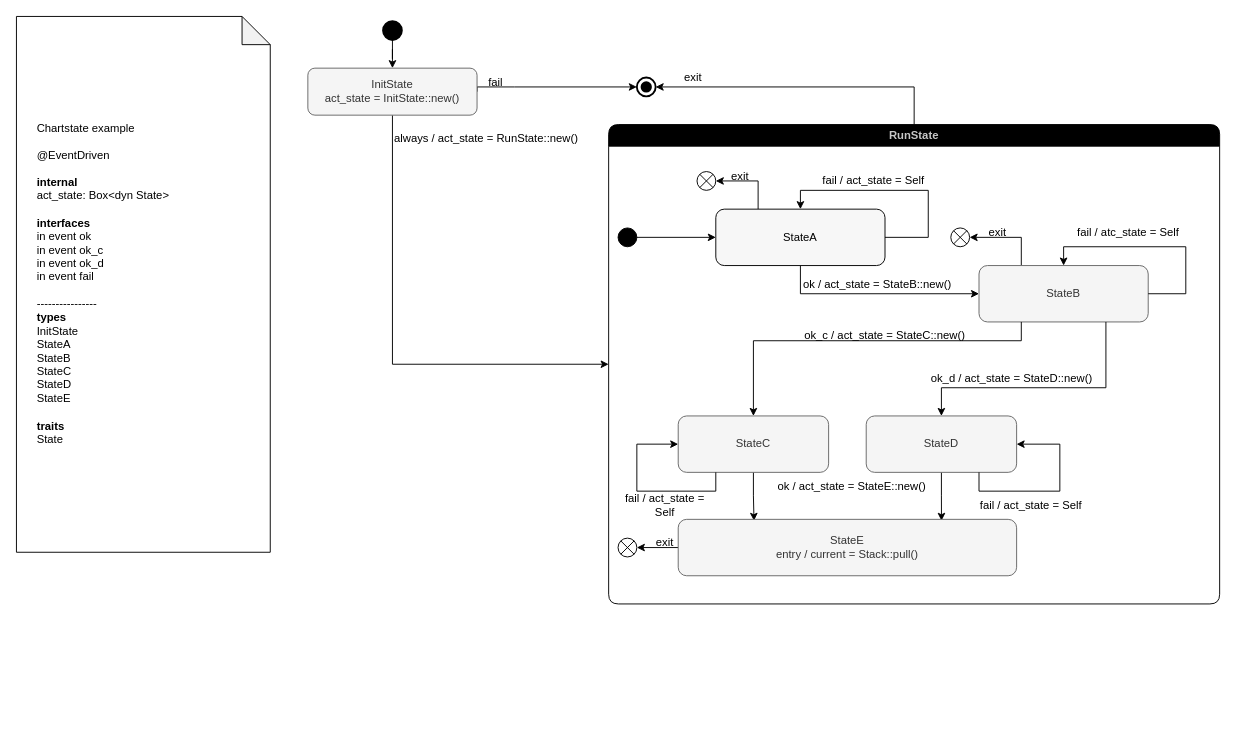
Mazurovskyi/diagrams keeps this draw.io diagram as Untitled Diagram.drawio. Above is the earlier version. Source tidied: cells renumbered, new cells numbered last; positions are measured from the earlier drawing's top-left corner, leaving out a move shared by most shapes. Both pictures are drawn from the tidied source at 94%, with x=0, y=0 at pixel (16, 16).
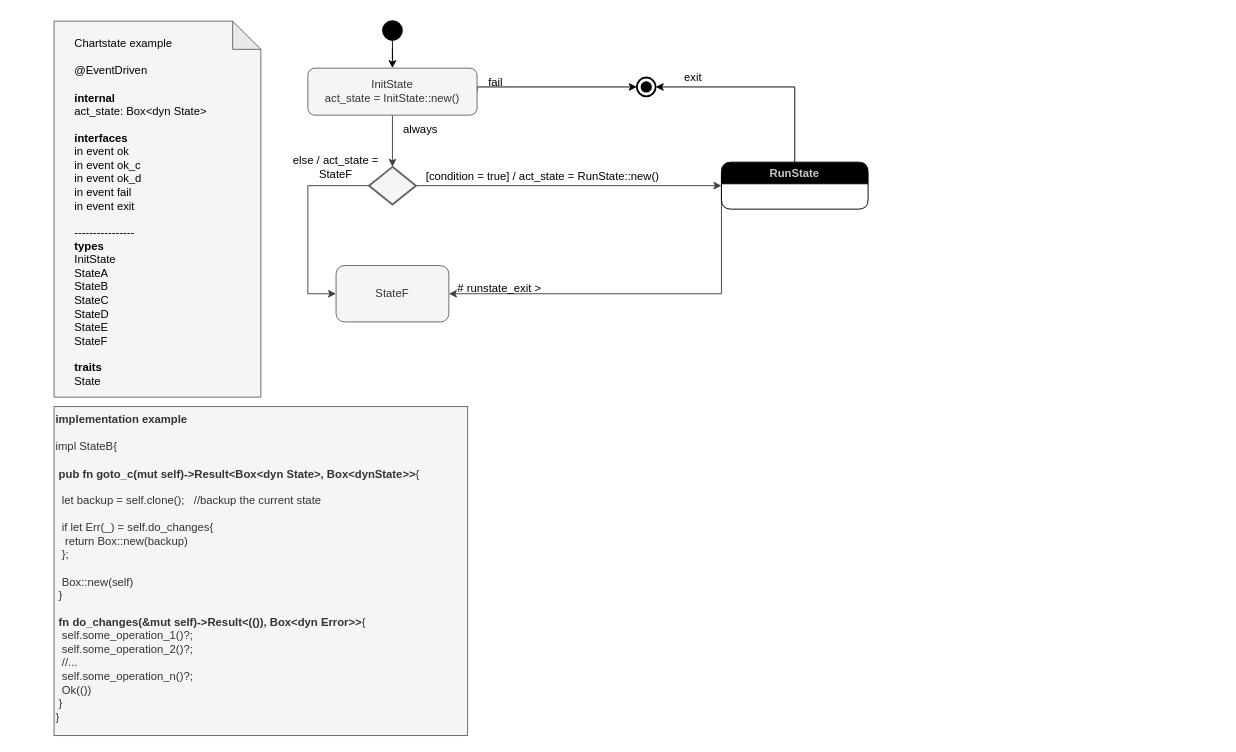
Above is the later version.

The change refers to these unchanged cells:
```xml
<mxCell id="4" value="&lt;div&gt;InitState&lt;/div&gt;&lt;div&gt;act_state = InitState::new()&lt;br&gt;&lt;/div&gt;" style="rounded=1;whiteSpace=wrap;html=1;fontSize=12;glass=0;strokeWidth=1;shadow=0;fillColor=#f5f5f5;fontColor=#333333;strokeColor=#666666;" parent="1" vertex="1">
  <mxGeometry x="310" y="55" width="180" height="50" as="geometry" />
</mxCell>
```

The edit, as a diff of the source:
```diff
@@
-    <mxCell id="3" style="edgeStyle=orthogonalEdgeStyle;rounded=0;jettySize=auto;html=1;exitX=0.5;exitY=1;exitDx=0;exitDy=0;entryX=0;entryY=0.5;entryDx=0;entryDy=0;strokeColor=default;fontColor=#000000;" parent="1" edge="1" source="4" target="8">
-      <mxGeometry relative="1" as="geometry" />
-    </mxCell>
+    <mxCell id="49" style="edgeStyle=orthogonalEdgeStyle;rounded=0;jettySize=auto;html=1;exitX=0.5;exitY=1;exitDx=0;exitDy=0;entryX=0.5;entryY=0;entryDx=0;entryDy=0;entryPerimeter=0;strokeColor=#404040;fontColor=#000000;startArrow=none;startFill=0;endArrow=classic;endFill=1;" parent="1" edge="1" source="4" target="54">
+      <mxGeometry relative="1" as="geometry" />
+    </mxCell>
@@
+    <mxCell id="50" style="edgeStyle=orthogonalEdgeStyle;rounded=0;jettySize=auto;html=1;exitX=0;exitY=0.25;exitDx=0;exitDy=0;entryX=1;entryY=0.5;entryDx=0;entryDy=0;strokeColor=#404040;fontColor=#000000;startArrow=none;startFill=0;endArrow=classic;endFill=1;" parent="1" edge="1" source="8" target="57">
+      <mxGeometry relative="1" as="geometry">
+        <Array as="points">
+          <mxPoint x="750" y="295" />
+        </Array>
+      </mxGeometry>
+    </mxCell>
-    <mxCell id="8" value="&lt;font color=&quot;#C7C7C7&quot;&gt;RunState&lt;/font&gt;" style="swimlane;whiteSpace=wrap;html=1;fillColor=#000000;rounded=1;" parent="1" vertex="1">
-      <mxGeometry x="630" y="115" width="650" height="510" as="geometry" />
+    <mxCell id="8" value="&lt;font color=&quot;#C7C7C7&quot;&gt;RunState&lt;/font&gt;" style="swimlane;whiteSpace=wrap;html=1;fillColor=#000000;rounded=1;" parent="1" vertex="1" collapsed="1">
+      <mxGeometry x="750" y="155" width="156" height="50" as="geometry" />
     </mxCell>
-    <mxCell id="9" style="edgeStyle=orthogonalEdgeStyle;rounded=0;jettySize=auto;html=1;exitX=0.5;exitY=1;exitDx=0;exitDy=0;entryX=0;entryY=0.5;entryDx=0;entryDy=0;strokeColor=default;fontColor=#000000;" parent="8" edge="1" source="11" target="23">
-      <mxGeometry relative="1" as="geometry" />
-    </mxCell>
-    <mxCell id="10" style="edgeStyle=orthogonalEdgeStyle;rounded=0;jettySize=auto;html=1;exitX=0.25;exitY=0;exitDx=0;exitDy=0;entryX=1;entryY=0.5;entryDx=0;entryDy=0;entryPerimeter=0;strokeColor=default;fontColor=#000000;" parent="8" edge="1" source="11" target="39">
-      <mxGeometry relative="1" as="geometry" />
-    </mxCell>
-    <mxCell id="11" value="&lt;div&gt;StateA&lt;/div&gt;" style="whiteSpace=wrap;html=1;fontColor=#000000;fillColor=#F7F7F7;rounded=1;" parent="8" vertex="1">
-      <mxGeometry x="114" y="90" width="180" height="60" as="geometry" />
-    </mxCell>
-    <mxCell id="12" style="edgeStyle=orthogonalEdgeStyle;rounded=0;jettySize=auto;html=1;entryX=0;entryY=0.5;entryDx=0;entryDy=0;strokeColor=default;fontColor=#000000;exitX=1;exitY=0.5;exitDx=0;exitDy=0;" parent="8" edge="1" source="13" target="11">
-      <mxGeometry relative="1" as="geometry" />
-    </mxCell>
-    <mxCell id="13" style="ellipse;whiteSpace=wrap;html=1;rounded=1;fontColor=#000000;fillColor=#000000;" parent="8" vertex="1">
-      <mxGeometry x="10" y="110" width="20" height="20" as="geometry" />
-    </mxCell>
-    <mxCell id="14" value="ok / act_state = StateB::new()" style="text;strokeColor=none;align=center;fillColor=none;html=1;verticalAlign=middle;whiteSpace=wrap;rounded=0;fontColor=#000000;" parent="8" vertex="1">
-      <mxGeometry x="187.9" y="150" width="196" height="40" as="geometry" />
-    </mxCell>
-    <mxCell id="15" style="edgeStyle=orthogonalEdgeStyle;rounded=0;orthogonalLoop=1;jettySize=auto;html=1;exitX=1;exitY=0.5;exitDx=0;exitDy=0;strokeColor=default;fontColor=#000000;entryX=0.5;entryY=0;entryDx=0;entryDy=0;" parent="8" edge="1" source="11" target="11">
-      <mxGeometry relative="1" as="geometry">
-        <Array as="points">
-          <mxPoint x="340" y="120" />
-          <mxPoint x="340" y="70" />
-          <mxPoint x="204" y="70" />
-        </Array>
-      </mxGeometry>
-    </mxCell>
-    <mxCell id="16" value="fail / act_state = Self" style="text;strokeColor=none;align=center;fillColor=none;html=1;verticalAlign=middle;whiteSpace=wrap;rounded=0;fontColor=#000000;" parent="8" vertex="1">
-      <mxGeometry x="224" y="45" width="116" height="30" as="geometry" />
-    </mxCell>
-    <mxCell id="17" style="edgeStyle=orthogonalEdgeStyle;rounded=0;jettySize=auto;html=1;entryX=0.778;entryY=0.026;entryDx=0;entryDy=0;strokeColor=default;fontColor=#000000;entryPerimeter=0;" parent="8" edge="1" source="18" target="30">
-      <mxGeometry relative="1" as="geometry" />
-    </mxCell>
-    <mxCell id="18" value="&lt;div&gt;StateD&lt;/div&gt;" style="whiteSpace=wrap;html=1;rounded=1;fontColor=#333333;fillColor=#f5f5f5;strokeColor=#666666;" parent="8" vertex="1">
-      <mxGeometry x="274" y="310" width="160" height="60" as="geometry" />
-    </mxCell>
-    <mxCell id="19" style="edgeStyle=orthogonalEdgeStyle;rounded=0;jettySize=auto;html=1;exitX=0.5;exitY=1;exitDx=0;exitDy=0;entryX=0.224;entryY=0.026;entryDx=0;entryDy=0;strokeColor=default;fontColor=#000000;entryPerimeter=0;" parent="8" edge="1" source="20" target="30">
-      <mxGeometry relative="1" as="geometry" />
-    </mxCell>
-    <mxCell id="20" value="&lt;div&gt;StateC&lt;/div&gt;" style="whiteSpace=wrap;html=1;rounded=1;fontColor=#333333;fillColor=#f5f5f5;strokeColor=#666666;" parent="8" vertex="1">
-      <mxGeometry x="74" y="310" width="160" height="60" as="geometry" />
-    </mxCell>
-    <mxCell id="21" value="ok_c / act_state = StateC::new()" style="text;strokeColor=none;align=center;fillColor=none;html=1;verticalAlign=middle;whiteSpace=wrap;rounded=0;fontColor=#000000;" parent="8" vertex="1">
-      <mxGeometry x="179" y="210" width="230" height="30" as="geometry" />
-    </mxCell>
-    <mxCell id="22" style="edgeStyle=orthogonalEdgeStyle;rounded=0;jettySize=auto;html=1;exitX=0.25;exitY=0;exitDx=0;exitDy=0;entryX=1;entryY=0.5;entryDx=0;entryDy=0;entryPerimeter=0;strokeColor=default;fontColor=#000000;" parent="8" edge="1" source="23" target="38">
-      <mxGeometry relative="1" as="geometry" />
-    </mxCell>
-    <mxCell id="23" value="&lt;div&gt;StateB&lt;/div&gt;" style="whiteSpace=wrap;html=1;rounded=1;fontColor=#333333;fillColor=#f5f5f5;strokeColor=#666666;" parent="8" vertex="1">
-      <mxGeometry x="394" y="150" width="180" height="60" as="geometry" />
-    </mxCell>
-    <mxCell id="24" style="edgeStyle=orthogonalEdgeStyle;rounded=0;jettySize=auto;html=1;exitX=0.75;exitY=1;exitDx=0;exitDy=0;strokeColor=default;fontColor=#000000;entryX=0.5;entryY=0;entryDx=0;entryDy=0;" parent="8" edge="1" source="23" target="18">
-      <mxGeometry relative="1" as="geometry">
-        <Array as="points">
-          <mxPoint x="529" y="280" />
-          <mxPoint x="354" y="280" />
-        </Array>
-      </mxGeometry>
-    </mxCell>
-    <mxCell id="25" style="edgeStyle=orthogonalEdgeStyle;rounded=0;jettySize=auto;html=1;exitX=0.25;exitY=1;exitDx=0;exitDy=0;entryX=0.5;entryY=0;entryDx=0;entryDy=0;strokeColor=default;fontColor=#000000;" parent="8" edge="1" source="23" target="20">
-      <mxGeometry relative="1" as="geometry">
-        <Array as="points">
-          <mxPoint x="439" y="230" />
-          <mxPoint x="154" y="230" />
-        </Array>
-      </mxGeometry>
-    </mxCell>
-    <mxCell id="26" value="ok_d / act_state = StateD::new()" style="text;strokeColor=none;align=center;fillColor=none;html=1;verticalAlign=middle;whiteSpace=wrap;rounded=0;fontColor=#000000;" parent="8" vertex="1">
-      <mxGeometry x="314" y="255" width="230" height="30" as="geometry" />
-    </mxCell>
-    <mxCell id="27" style="edgeStyle=none;orthogonalLoop=1;jettySize=auto;html=1;rounded=0;strokeColor=default;fontColor=#000000;entryX=0.5;entryY=0;entryDx=0;entryDy=0;exitX=1;exitY=0.5;exitDx=0;exitDy=0;" parent="8" edge="1" source="23" target="23">
-      <mxGeometry relative="1" as="geometry">
-        <Array as="points">
-          <mxPoint x="614" y="180" />
-          <mxPoint x="614" y="130" />
-          <mxPoint x="484" y="130" />
-        </Array>
-      </mxGeometry>
-    </mxCell>
-    <mxCell id="28" value="fail / atc_state = Self" style="text;strokeColor=none;align=center;fillColor=none;html=1;verticalAlign=middle;whiteSpace=wrap;rounded=0;fontColor=#000000;" parent="8" vertex="1">
-      <mxGeometry x="460" y="100" width="186" height="30" as="geometry" />
-    </mxCell>
-    <mxCell id="29" style="edgeStyle=orthogonalEdgeStyle;rounded=0;jettySize=auto;html=1;exitX=0;exitY=0.5;exitDx=0;exitDy=0;entryX=1;entryY=0.5;entryDx=0;entryDy=0;entryPerimeter=0;strokeColor=default;fontColor=#000000;" parent="8" edge="1" source="30" target="36">
-      <mxGeometry relative="1" as="geometry" />
-    </mxCell>
-    <mxCell id="30" value="&lt;div&gt;StateE&lt;/div&gt;&lt;div&gt;entry / current = Stack::pull()&lt;br&gt;&lt;/div&gt;" style="whiteSpace=wrap;html=1;rounded=1;fontColor=#333333;fillColor=#f5f5f5;strokeColor=#666666;" parent="8" vertex="1">
-      <mxGeometry x="74" y="420" width="360" height="60" as="geometry" />
-    </mxCell>
-    <mxCell id="31" value="ok / act_state = StateE::new()" style="text;strokeColor=none;align=center;fillColor=none;html=1;verticalAlign=middle;whiteSpace=wrap;rounded=0;fontColor=#000000;" parent="8" vertex="1">
-      <mxGeometry x="154" y="370" width="210" height="30" as="geometry" />
-    </mxCell>
-    <mxCell id="32" style="edgeStyle=orthogonalEdgeStyle;rounded=0;orthogonalLoop=1;jettySize=auto;html=1;exitX=0.75;exitY=1;exitDx=0;exitDy=0;entryX=1;entryY=0.5;entryDx=0;entryDy=0;strokeColor=default;fontColor=#000000;" parent="8" edge="1" source="18" target="18">
-      <mxGeometry relative="1" as="geometry">
-        <Array as="points">
-          <mxPoint x="394" y="390" />
-          <mxPoint x="480" y="390" />
-          <mxPoint x="480" y="340" />
-        </Array>
-      </mxGeometry>
-    </mxCell>
-    <mxCell id="33" value="fail / act_state = Self" style="text;strokeColor=none;align=center;fillColor=none;html=1;verticalAlign=middle;whiteSpace=wrap;rounded=0;fontColor=#000000;" parent="8" vertex="1">
-      <mxGeometry x="394" y="390" width="111" height="30" as="geometry" />
-    </mxCell>
-    <mxCell id="34" style="edgeStyle=orthogonalEdgeStyle;rounded=0;orthogonalLoop=1;jettySize=auto;html=1;exitX=0.25;exitY=1;exitDx=0;exitDy=0;entryX=0;entryY=0.5;entryDx=0;entryDy=0;strokeColor=default;fontColor=#000000;" parent="8" edge="1" source="20" target="20">
-      <mxGeometry relative="1" as="geometry">
-        <Array as="points">
-          <mxPoint x="114" y="390" />
-          <mxPoint x="30" y="390" />
-          <mxPoint x="30" y="340" />
-        </Array>
-      </mxGeometry>
-    </mxCell>
-    <mxCell id="35" value="fail / act_state = Self" style="text;strokeColor=none;align=center;fillColor=none;html=1;verticalAlign=middle;whiteSpace=wrap;rounded=0;fontColor=#000000;" parent="8" vertex="1">
-      <mxGeometry x="5" y="390" width="110" height="30" as="geometry" />
-    </mxCell>
-    <mxCell id="36" style="verticalLabelPosition=bottom;verticalAlign=top;html=1;shape=mxgraph.flowchart.or;rounded=1;fontColor=#000000;fillColor=none;" parent="8" vertex="1">
-      <mxGeometry x="10" y="440" width="20" height="20" as="geometry" />
-    </mxCell>
-    <mxCell id="37" value="exit" style="text;strokeColor=none;align=center;fillColor=none;html=1;verticalAlign=middle;whiteSpace=wrap;rounded=0;fontColor=#000000;" parent="8" vertex="1">
-      <mxGeometry x="30" y="430" width="60" height="30" as="geometry" />
-    </mxCell>
-    <mxCell id="38" style="verticalLabelPosition=bottom;verticalAlign=top;html=1;shape=mxgraph.flowchart.or;rounded=1;fontColor=#000000;fillColor=none;" parent="8" vertex="1">
-      <mxGeometry x="364" y="110" width="20" height="20" as="geometry" />
-    </mxCell>
-    <mxCell id="39" style="verticalLabelPosition=bottom;verticalAlign=top;html=1;shape=mxgraph.flowchart.or;rounded=1;fontColor=#000000;fillColor=none;" parent="8" vertex="1">
-      <mxGeometry x="94" y="50" width="20" height="20" as="geometry" />
-    </mxCell>
-    <mxCell id="40" value="exit" style="text;strokeColor=none;align=center;fillColor=none;html=1;verticalAlign=middle;whiteSpace=wrap;rounded=0;fontColor=#000000;" parent="8" vertex="1">
-      <mxGeometry x="110" y="40" width="60" height="30" as="geometry" />
-    </mxCell>
-    <mxCell id="41" value="exit" style="text;strokeColor=none;align=center;fillColor=none;html=1;verticalAlign=middle;whiteSpace=wrap;rounded=0;fontColor=#000000;" parent="8" vertex="1">
-      <mxGeometry x="384" y="100" width="60" height="30" as="geometry" />
-    </mxCell>
-    <mxCell id="42" value="&lt;font color=&quot;#000000&quot;&gt;always / act_state = RunState::new()&lt;br&gt;&lt;/font&gt;" style="text;html=1;strokeColor=none;fillColor=none;align=center;verticalAlign=middle;whiteSpace=wrap;rounded=0;fontColor=#C7C7C7;" parent="1" vertex="1">
-      <mxGeometry x="400" y="115" width="200" height="30" as="geometry" />
+    <mxCell id="42" value="&lt;font color=&quot;#000000&quot;&gt;[condition = true&lt;/font&gt;&lt;font color=&quot;#000000&quot;&gt;] / act_state = RunState::new()&lt;br&gt;&lt;/font&gt;" style="text;html=1;strokeColor=none;fillColor=none;align=center;verticalAlign=middle;whiteSpace=wrap;rounded=0;fontColor=#C7C7C7;" parent="1" vertex="1">
+      <mxGeometry x="420" y="155" width="280" height="30" as="geometry" />
     </mxCell>
@@
-    <mxCell id="47" value="&lt;br&gt;&lt;div&gt;&lt;br&gt;&lt;/div&gt;&lt;div&gt;&lt;br&gt;&lt;/div&gt;" style="shape=note;whiteSpace=wrap;html=1;backgroundOutline=1;darkOpacity=0.05;rounded=1;fontColor=#000000;fillColor=none;verticalAlign=top;" parent="1" vertex="1">
-      <mxGeometry width="270" height="570" as="geometry" />
+    <mxCell id="47" value="&lt;br&gt;&lt;div&gt;&lt;br&gt;&lt;/div&gt;&lt;div&gt;&lt;br&gt;&lt;/div&gt;" style="shape=note;whiteSpace=wrap;html=1;backgroundOutline=1;darkOpacity=0.05;rounded=1;fontColor=#333333;fillColor=#f5f5f5;verticalAlign=top;strokeColor=#666666;" parent="1" vertex="1">
+      <mxGeometry x="40" y="5" width="220" height="400" as="geometry" />
     </mxCell>
-    <mxCell id="48" value="&lt;div&gt;Chartstate example&lt;/div&gt;&lt;div&gt;&lt;br&gt;&lt;/div&gt;&lt;div&gt;@EventDriven&lt;/div&gt;&lt;div&gt;&lt;br&gt;&lt;/div&gt;&lt;div&gt;&lt;b&gt;internal&lt;/b&gt;&lt;/div&gt;&lt;div&gt;act_state: Box&amp;lt;dyn State&amp;gt;&lt;br&gt;&lt;/div&gt;&lt;div&gt;&lt;br&gt;&lt;/div&gt;&lt;div align=&quot;left&quot;&gt;&lt;b&gt;interfaces&lt;/b&gt;&lt;/div&gt;&lt;div align=&quot;left&quot;&gt;in event ok&lt;/div&gt;&lt;div align=&quot;left&quot;&gt;in event ok_c&lt;/div&gt;&lt;div align=&quot;left&quot;&gt;in event ok_d&lt;br&gt;&lt;/div&gt;&lt;div align=&quot;left&quot;&gt;in event fail&lt;/div&gt;&lt;div align=&quot;left&quot;&gt;&lt;br&gt;&lt;/div&gt;&lt;div align=&quot;left&quot;&gt;----------------&lt;br&gt;&lt;/div&gt;&lt;div align=&quot;left&quot;&gt;&lt;b&gt;types&lt;/b&gt;&lt;/div&gt;&lt;div align=&quot;left&quot;&gt;InitState&lt;br&gt;&lt;/div&gt;&lt;div align=&quot;left&quot;&gt;StateA&lt;/div&gt;&lt;div align=&quot;left&quot;&gt;StateB&lt;/div&gt;&lt;div align=&quot;left&quot;&gt;StateC&lt;/div&gt;&lt;div align=&quot;left&quot;&gt;StateD&lt;/div&gt;&lt;div align=&quot;left&quot;&gt;StateE&lt;/div&gt;&lt;div align=&quot;left&quot;&gt;&lt;br&gt;&lt;/div&gt;&lt;div align=&quot;left&quot;&gt;&lt;b&gt;traits&lt;/b&gt;&lt;/div&gt;&lt;div align=&quot;left&quot;&gt;State&lt;br&gt;&lt;/div&gt;" style="text;whiteSpace=wrap;html=1;fontColor=#000000;" parent="1" vertex="1">
-      <mxGeometry x="20" y="105" width="200" height="430" as="geometry" />
+    <mxCell id="48" value="&lt;div&gt;Chartstate example&lt;/div&gt;&lt;div&gt;&lt;br&gt;&lt;/div&gt;&lt;div&gt;@EventDriven&lt;/div&gt;&lt;div&gt;&lt;br&gt;&lt;/div&gt;&lt;div&gt;&lt;b&gt;internal&lt;/b&gt;&lt;/div&gt;&lt;div&gt;act_state: Box&amp;lt;dyn State&amp;gt;&lt;br&gt;&lt;/div&gt;&lt;div&gt;&lt;br&gt;&lt;/div&gt;&lt;div align=&quot;left&quot;&gt;&lt;b&gt;interfaces&lt;/b&gt;&lt;/div&gt;&lt;div align=&quot;left&quot;&gt;in event ok&lt;/div&gt;&lt;div align=&quot;left&quot;&gt;in event ok_c&lt;/div&gt;&lt;div align=&quot;left&quot;&gt;in event ok_d&lt;br&gt;&lt;/div&gt;&lt;div align=&quot;left&quot;&gt;in event fail&lt;/div&gt;&lt;div align=&quot;left&quot;&gt;in event exit&lt;br&gt;&lt;/div&gt;&lt;div align=&quot;left&quot;&gt;&lt;br&gt;&lt;/div&gt;&lt;div align=&quot;left&quot;&gt;----------------&lt;br&gt;&lt;/div&gt;&lt;div align=&quot;left&quot;&gt;&lt;b&gt;types&lt;/b&gt;&lt;/div&gt;&lt;div align=&quot;left&quot;&gt;InitState&lt;br&gt;&lt;/div&gt;&lt;div align=&quot;left&quot;&gt;StateA&lt;/div&gt;&lt;div align=&quot;left&quot;&gt;StateB&lt;/div&gt;&lt;div align=&quot;left&quot;&gt;StateC&lt;/div&gt;&lt;div align=&quot;left&quot;&gt;StateD&lt;/div&gt;&lt;div align=&quot;left&quot;&gt;StateE&lt;/div&gt;&lt;div align=&quot;left&quot;&gt;StateF&lt;br&gt;&lt;/div&gt;&lt;div align=&quot;left&quot;&gt;&lt;br&gt;&lt;/div&gt;&lt;div align=&quot;left&quot;&gt;&lt;b&gt;traits&lt;/b&gt;&lt;/div&gt;&lt;div align=&quot;left&quot;&gt;State&lt;br&gt;&lt;/div&gt;" style="text;whiteSpace=wrap;html=1;fontColor=#000000;" parent="1" vertex="1">
+      <mxGeometry x="60" y="15" width="200" height="360" as="geometry" />
     </mxCell>
+    <mxCell id="51" value="&lt;div&gt;&lt;b&gt;implementation example&lt;/b&gt;&lt;/div&gt;&lt;div&gt;&lt;br&gt;&lt;/div&gt;&lt;div&gt;impl StateB{&lt;/div&gt;&lt;div&gt;&lt;br&gt;&lt;/div&gt;&lt;div&gt;&lt;span style=&quot;white-space: pre;&quot;&gt; &lt;b&gt;pub &lt;/b&gt;&lt;/span&gt;&lt;b&gt;fn goto_c(mut self)-&amp;gt;Result&amp;lt;Box&amp;lt;dyn State&amp;gt;, Box&amp;lt;dynState&amp;gt;&amp;gt;&lt;/b&gt;{&lt;/div&gt;&lt;div&gt;&lt;br&gt;&lt;/div&gt;&lt;div&gt;&lt;span style=&quot;white-space: pre;&quot;&gt; &lt;/span&gt;&lt;span style=&quot;white-space: pre;&quot;&gt; &lt;/span&gt;let backup = self.clone();&lt;span style=&quot;white-space: pre;&quot;&gt; &lt;span style=&quot;white-space: pre;&quot;&gt; &lt;/span&gt; //backup the current state&lt;/span&gt;&lt;/div&gt;&lt;div&gt;&lt;br&gt;&lt;/div&gt;&lt;div&gt;&lt;span style=&quot;white-space: pre;&quot;&gt; &lt;/span&gt;&lt;span style=&quot;white-space: pre;&quot;&gt; &lt;/span&gt;if let Err(_) = self.do_changes{&lt;/div&gt;&lt;div&gt;&lt;span style=&quot;white-space: pre;&quot;&gt; &lt;/span&gt;&lt;span style=&quot;white-space: pre;&quot;&gt; &lt;/span&gt;&lt;span style=&quot;white-space: pre;&quot;&gt; &lt;/span&gt;return Box::new(backup)&lt;span style=&quot;white-space: pre;&quot;&gt; &lt;/span&gt;&lt;br&gt;&lt;/div&gt;&lt;div&gt;&lt;span style=&quot;white-space: pre;&quot;&gt; &lt;/span&gt;&lt;span style=&quot;white-space: pre;&quot;&gt; &lt;/span&gt;};&lt;/div&gt;&lt;div&gt;&lt;span style=&quot;white-space: pre;&quot;&gt; &lt;/span&gt;&lt;span style=&quot;white-space: pre;&quot;&gt; &lt;/span&gt;&lt;/div&gt;&lt;div&gt;&lt;span style=&quot;white-space: pre;&quot;&gt; &lt;/span&gt;&lt;span style=&quot;white-space: pre;&quot;&gt; &lt;/span&gt;Box::new(self)&lt;br&gt;&lt;/div&gt;&lt;div&gt;&lt;span style=&quot;white-space: pre;&quot;&gt; &lt;/span&gt;}&lt;/div&gt;&lt;div&gt;&lt;br&gt;&lt;/div&gt;&lt;div&gt;&lt;span style=&quot;white-space: pre;&quot;&gt; &lt;/span&gt;&lt;b&gt;fn do_changes(&amp;amp;mut self)-&amp;gt;Result&amp;lt;(()), Box&amp;lt;dyn Error&amp;gt;&amp;gt;&lt;/b&gt;{&lt;/div&gt;&lt;div&gt;&lt;span style=&quot;white-space: pre;&quot;&gt; &lt;/span&gt;&lt;span style=&quot;white-space: pre;&quot;&gt; &lt;/span&gt;self.some_operation_1()?;&lt;/div&gt;&lt;div&gt;&lt;span style=&quot;white-space: pre;&quot;&gt; &lt;/span&gt;&lt;span style=&quot;white-space: pre;&quot;&gt; &lt;/span&gt;self.some_operation_2()?;&lt;/div&gt;&lt;div&gt;&lt;span style=&quot;white-space: pre;&quot;&gt; &lt;/span&gt;&lt;span style=&quot;white-space: pre;&quot;&gt; &lt;/span&gt;//...&lt;/div&gt;&lt;div&gt;&lt;span style=&quot;white-space: pre;&quot;&gt; &lt;/span&gt;&lt;span style=&quot;white-space: pre;&quot;&gt; &lt;/span&gt;self.some_operation_n()?;&lt;/div&gt;&lt;div&gt;&lt;span style=&quot;white-space: pre;&quot;&gt; &lt;/span&gt;&lt;span style=&quot;white-space: pre;&quot;&gt; &lt;/span&gt;Ok(())&lt;br&gt;&lt;/div&gt;&lt;div&gt;&lt;span style=&quot;white-space: pre;&quot;&gt; &lt;/span&gt;}&lt;br&gt;&lt;/div&gt;&lt;div&gt;}&lt;br&gt;&lt;/div&gt;" style="text;whiteSpace=wrap;html=1;fontColor=#333333;fillColor=#f5f5f5;strokeColor=#666666;glass=0;rounded=0;shadow=0;" parent="1" vertex="1">
+      <mxGeometry x="40" y="415" width="440" height="350" as="geometry" />
+    </mxCell>
+    <mxCell id="52" style="edgeStyle=orthogonalEdgeStyle;rounded=0;jettySize=auto;html=1;exitX=1;exitY=0.5;exitDx=0;exitDy=0;exitPerimeter=0;entryX=0;entryY=0.5;entryDx=0;entryDy=0;strokeColor=#404040;fontColor=#000000;startArrow=none;startFill=0;endArrow=classic;endFill=1;" parent="1" edge="1" source="54" target="8">
+      <mxGeometry relative="1" as="geometry" />
+    </mxCell>
+    <mxCell id="53" style="edgeStyle=orthogonalEdgeStyle;rounded=0;jettySize=auto;html=1;exitX=0;exitY=0.5;exitDx=0;exitDy=0;exitPerimeter=0;entryX=0;entryY=0.5;entryDx=0;entryDy=0;strokeColor=#404040;fontColor=#000000;startArrow=none;startFill=0;endArrow=classic;endFill=1;" parent="1" edge="1" source="54" target="57">
+      <mxGeometry relative="1" as="geometry">
+        <Array as="points">
+          <mxPoint x="310" y="180" />
+          <mxPoint x="310" y="295" />
+        </Array>
+      </mxGeometry>
+    </mxCell>
+    <mxCell id="54" style="strokeWidth=2;html=1;shape=mxgraph.flowchart.decision;whiteSpace=wrap;rounded=0;shadow=0;glass=0;sketch=0;strokeColor=#666666;fontColor=#333333;fillColor=#f5f5f5;" parent="1" vertex="1">
+      <mxGeometry x="375" y="160" width="50" height="40" as="geometry" />
+    </mxCell>
+    <mxCell id="55" value="always" style="text;html=1;strokeColor=none;fillColor=none;align=center;verticalAlign=middle;whiteSpace=wrap;rounded=0;fontColor=#000000;" parent="1" vertex="1">
+      <mxGeometry x="400" y="105" width="60" height="30" as="geometry" />
+    </mxCell>
+    <mxCell id="56" value="else / act_state = StateF" style="text;strokeColor=none;align=center;fillColor=none;html=1;verticalAlign=middle;whiteSpace=wrap;rounded=0;fontColor=#000000;" parent="1" vertex="1">
+      <mxGeometry x="280" y="145" width="120" height="30" as="geometry" />
+    </mxCell>
+    <mxCell id="57" value="StateF" style="rounded=1;whiteSpace=wrap;html=1;shadow=0;glass=0;sketch=0;strokeColor=#666666;strokeWidth=1;fontColor=#333333;fillColor=#f5f5f5;" parent="1" vertex="1">
+      <mxGeometry x="340" y="265" width="120" height="60" as="geometry" />
+    </mxCell>
+    <mxCell id="58" value="# runstate_exit &amp;gt;" style="text;html=1;strokeColor=none;fillColor=none;align=center;verticalAlign=middle;whiteSpace=wrap;rounded=0;fontColor=#000000;" parent="1" vertex="1">
+      <mxGeometry x="460" y="275" width="108" height="30" as="geometry" />
+    </mxCell>
```
